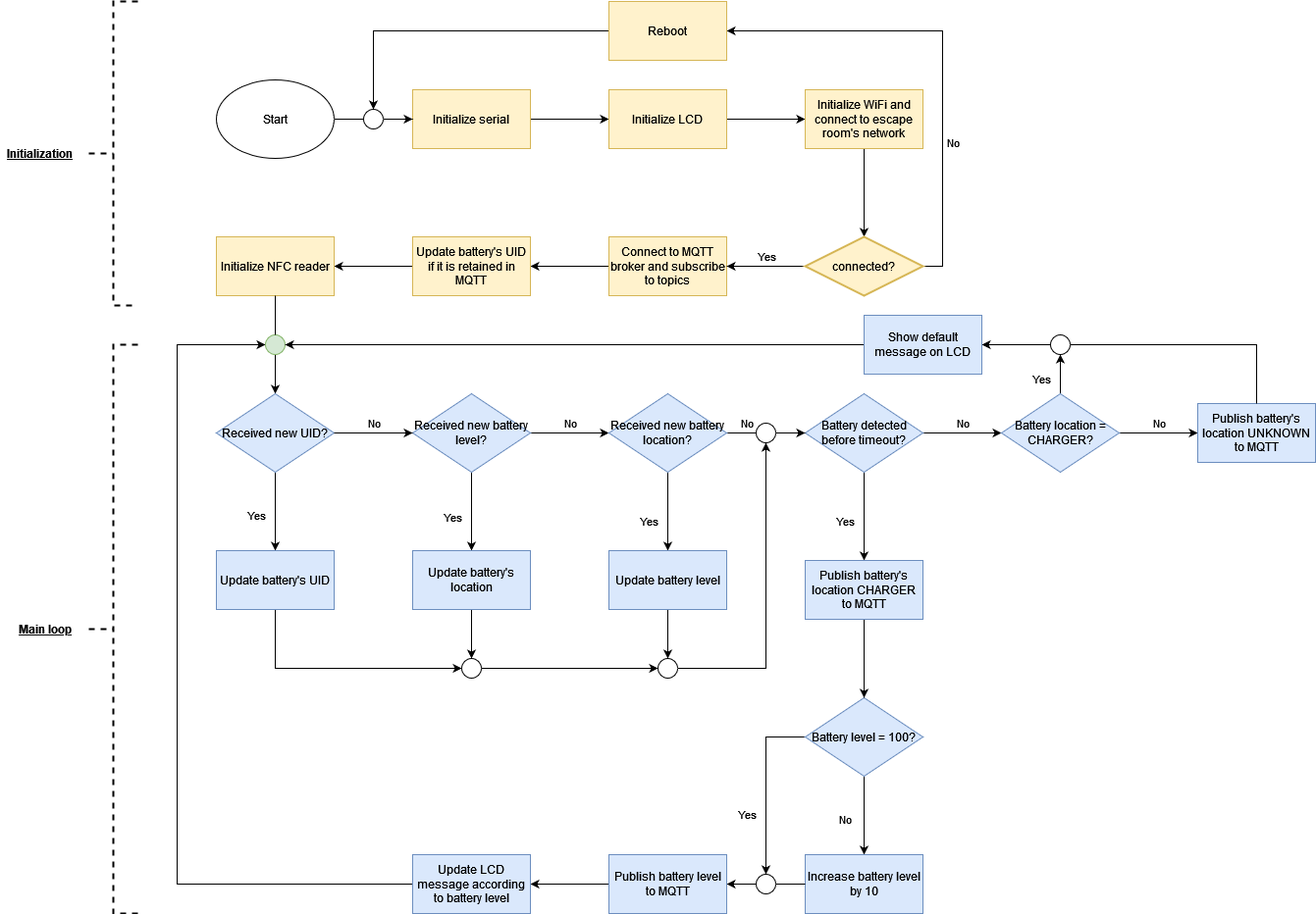
Above: docs/Presentations/img/Flowchart_Charger.png in ubilab-ws21/puzzle-5 (draw.io), before the change. Source tidied: cells renumbered, new cells last; positions are measured from the earlier drawing's top-left corner, leaving out a move shared by most shapes.
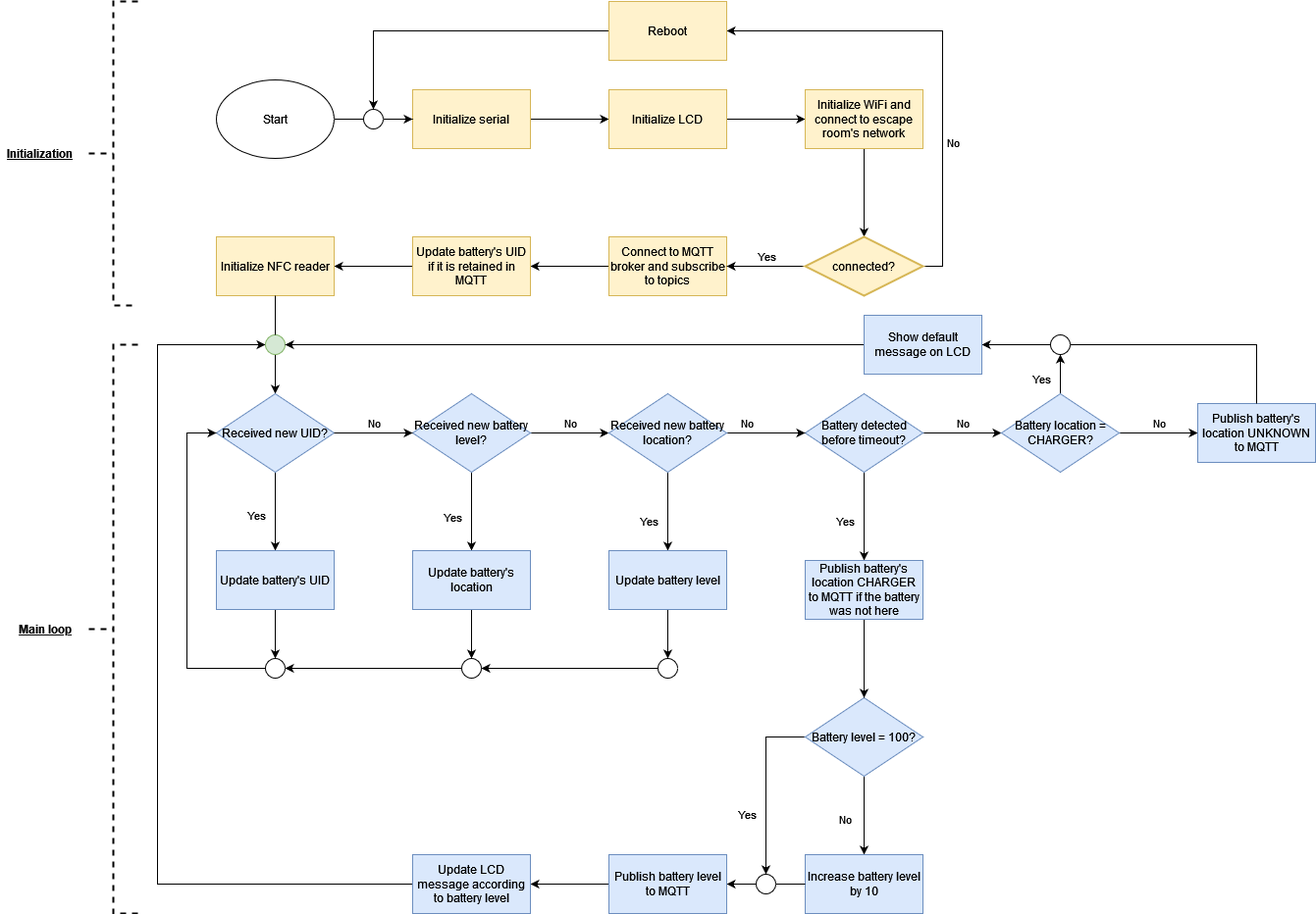
After the commit.

What changed in the source:
```diff
@@ -105,9 +105,9 @@
     <mxCell id="32" value="Received new battery level?" style="rhombus;whiteSpace=wrap;html=1;rounded=0;fillColor=#dae8fc;strokeColor=#6c8ebf;" parent="1" vertex="1">
       <mxGeometry x="420" y="400" width="120" height="80" as="geometry" />
     </mxCell>
-    <mxCell id="33" style="edgeStyle=orthogonalEdgeStyle;rounded=0;jettySize=auto;html=1;exitX=0.5;exitY=1;exitDx=0;exitDy=0;entryX=0;entryY=0.5;entryDx=0;entryDy=0;entryPerimeter=0;endArrow=classic;endFill=1;" parent="1" edge="1" source="34" target="84">
-      <mxGeometry relative="1" as="geometry" />
-    </mxCell>
+    <mxCell id="88" style="edgeStyle=orthogonalEdgeStyle;rounded=0;jettySize=auto;html=1;exitX=0.5;exitY=1;exitDx=0;exitDy=0;entryX=0.5;entryY=0;entryDx=0;entryDy=0;entryPerimeter=0;" parent="1" edge="1" source="34" target="92">
+      <mxGeometry relative="1" as="geometry" />
+    </mxCell>
     <mxCell id="34" value="Update battery's UID" style="whiteSpace=wrap;html=1;rounded=0;fillColor=#dae8fc;strokeColor=#6c8ebf;" parent="1" vertex="1">
       <mxGeometry x="220" y="560" width="120" height="60" as="geometry" />
     </mxCell>
@@ -178,8 +178,8 @@
     <mxCell id="53" style="edgeStyle=orthogonalEdgeStyle;rounded=0;jettySize=auto;html=1;exitX=0;exitY=0.5;exitDx=0;exitDy=0;entryX=0;entryY=0.5;entryDx=0;entryDy=0;entryPerimeter=0;endArrow=classic;endFill=1;" parent="1" edge="1" source="54" target="65">
       <mxGeometry relative="1" as="geometry">
         <Array as="points">
-          <mxPoint x="180" y="900" />
-          <mxPoint x="180" y="350" />
+          <mxPoint x="160" y="900" />
+          <mxPoint x="160" y="350" />
         </Array>
       </mxGeometry>
     </mxCell>
@@ -195,7 +195,7 @@
     <mxCell id="57" style="edgeStyle=orthogonalEdgeStyle;rounded=0;jettySize=auto;html=1;endArrow=classic;endFill=1;" parent="1" edge="1" source="58" target="48">
       <mxGeometry relative="1" as="geometry" />
     </mxCell>
-    <mxCell id="58" value="Publish battery's location CHARGER to MQTT" style="whiteSpace=wrap;html=1;rounded=0;fillColor=#dae8fc;strokeColor=#6c8ebf;" parent="1" vertex="1">
+    <mxCell id="58" value="Publish battery's location CHARGER to MQTT if the battery was not here" style="whiteSpace=wrap;html=1;rounded=0;fillColor=#dae8fc;strokeColor=#6c8ebf;" parent="1" vertex="1">
       <mxGeometry x="820" y="570" width="120" height="60" as="geometry" />
     </mxCell>
     <mxCell id="59" style="edgeStyle=orthogonalEdgeStyle;rounded=0;jettySize=auto;html=1;endArrow=classic;endFill=1;" parent="1" edge="1" source="63" target="64">
@@ -278,20 +278,28 @@
     <mxCell id="82" value="Show default message on LCD" style="whiteSpace=wrap;html=1;rounded=0;fillColor=#dae8fc;strokeColor=#6c8ebf;" parent="1" vertex="1">
       <mxGeometry x="880" y="320" width="120" height="60" as="geometry" />
     </mxCell>
-    <mxCell id="83" style="verticalLabelPosition=bottom;verticalAlign=top;html=1;shape=mxgraph.flowchart.on-page_reference;" parent="1" vertex="1">
-      <mxGeometry x="770" y="430" width="20" height="20" as="geometry" />
-    </mxCell>
+    <mxCell id="89" style="edgeStyle=orthogonalEdgeStyle;rounded=0;jettySize=auto;html=1;exitX=0;exitY=0.5;exitDx=0;exitDy=0;exitPerimeter=0;entryX=1;entryY=0.5;entryDx=0;entryDy=0;entryPerimeter=0;" parent="1" edge="1" source="84" target="92">
+      <mxGeometry relative="1" as="geometry" />
+    </mxCell>
     <mxCell id="84" style="verticalLabelPosition=bottom;verticalAlign=top;html=1;shape=mxgraph.flowchart.on-page_reference;" parent="1" vertex="1">
       <mxGeometry x="470" y="670" width="20" height="20" as="geometry" />
     </mxCell>
-    <mxCell id="85" style="edgeStyle=orthogonalEdgeStyle;rounded=0;jettySize=auto;html=1;exitX=1;exitY=0.5;exitDx=0;exitDy=0;exitPerimeter=0;entryX=0.5;entryY=1;entryDx=0;entryDy=0;entryPerimeter=0;endArrow=classic;endFill=1;" parent="1" edge="1" source="86" target="83">
-      <mxGeometry relative="1" as="geometry" />
-    </mxCell>
+    <mxCell id="90" style="edgeStyle=orthogonalEdgeStyle;rounded=0;jettySize=auto;html=1;exitX=0;exitY=0.5;exitDx=0;exitDy=0;exitPerimeter=0;entryX=1;entryY=0.5;entryDx=0;entryDy=0;entryPerimeter=0;" parent="1" edge="1" source="86" target="84">
+      <mxGeometry relative="1" as="geometry" />
+    </mxCell>
     <mxCell id="86" style="verticalLabelPosition=bottom;verticalAlign=top;html=1;shape=mxgraph.flowchart.on-page_reference;" parent="1" vertex="1">
       <mxGeometry x="670" y="670" width="20" height="20" as="geometry" />
     </mxCell>
-    <mxCell id="87" style="edgeStyle=orthogonalEdgeStyle;rounded=0;jettySize=auto;html=1;exitX=1;exitY=0.5;exitDx=0;exitDy=0;exitPerimeter=0;entryX=0;entryY=0.5;entryDx=0;entryDy=0;entryPerimeter=0;endArrow=classic;endFill=1;" parent="1" edge="1" source="84" target="86">
-      <mxGeometry relative="1" as="geometry" />
-    </mxCell>
+    <mxCell id="91" style="edgeStyle=orthogonalEdgeStyle;rounded=0;jettySize=auto;html=1;exitX=0;exitY=0.5;exitDx=0;exitDy=0;exitPerimeter=0;entryX=0;entryY=0.5;entryDx=0;entryDy=0;" parent="1" edge="1" source="92" target="27">
+      <mxGeometry relative="1" as="geometry">
+        <Array as="points">
+          <mxPoint x="190" y="680" />
+          <mxPoint x="190" y="440" />
+        </Array>
+      </mxGeometry>
+    </mxCell>
+    <mxCell id="92" style="verticalLabelPosition=bottom;verticalAlign=top;html=1;shape=mxgraph.flowchart.on-page_reference;" parent="1" vertex="1">
+      <mxGeometry x="270" y="670" width="20" height="20" as="geometry" />
+    </mxCell>
   </root>
 </mxGraphModel>
```
